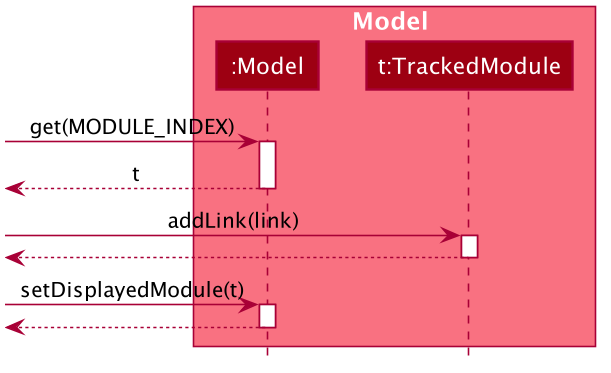
Before: docs/images/AddLinkCommandSequenceDiagramExtension.png, a diagram exported from PlantUML (nus-cs2103-AY1920S1/addressbook-level3). Its diagram source:
```plantuml
@startuml








skinparam BackgroundColor #FFFFFFF

skinparam Shadowing false

skinparam Class {
    FontColor #FFFFFF
    BorderThickness 1
    BorderColor #FFFFFF
    StereotypeFontColor #FFFFFF
    FontName Arial
}

skinparam Actor {
    BorderColor #000000
    Color #000000
    FontName Arial
}

skinparam Sequence {
    MessageAlign center
    BoxFontSize 15
    BoxPadding 0
    BoxFontColor #FFFFFF
    FontName Arial
}

skinparam Participant {
    FontColor #FFFFFFF
    Padding 20
}

skinparam MinClassWidth 50
skinparam ParticipantPadding 10
skinparam Shadowing false
skinparam DefaultTextAlignment center
skinparam packageStyle Rectangle

hide footbox
hide members
hide circle

box Model #F97181
participant ":Model" as Model #9D0012
participant "t:TrackedModule" as TrackedModule #9D0012
end box

[-> Model : get(MODULE_INDEX)
activate Model

[<-- Model : t
deactivate Model

[-> TrackedModule : addLink(link)
activate TrackedModule

[<-- TrackedModule
deactivate TrackedModule

[-> Model : setDisplayedModule(t)
activate Model

[<--Model
deactivate Model

@enduml
```
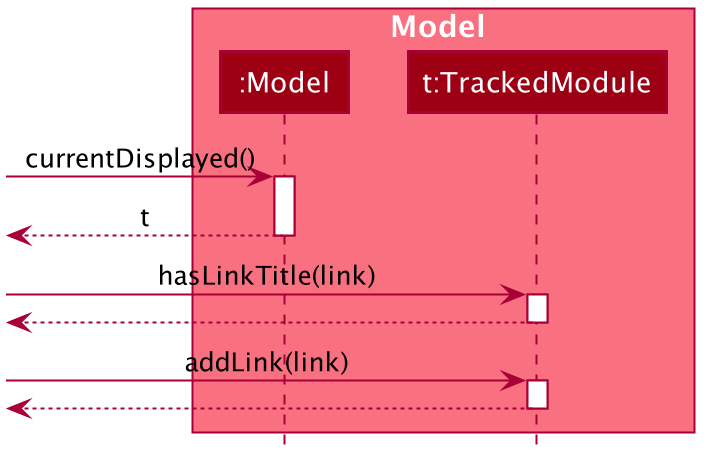
Later version of the same file.

Change to the diagram source:
```diff
@@ -12,6 +12,8 @@
 skinparam Shadowing false
 
 skinparam Class {
+    AttributeFontColor #FFFFFF
+    AttributeFontName Arial
     FontColor #FFFFFF
     BorderThickness 1
     BorderColor #FFFFFF
@@ -53,22 +55,23 @@
 participant "t:TrackedModule" as TrackedModule #9D0012
 end box
 
-[-> Model : get(MODULE_INDEX)
+[-> Model : currentDisplayed()
 activate Model
 
 [<-- Model : t
 deactivate Model
 
+[-> TrackedModule: hasLinkTitle(link)
+activate TrackedModule
+
+[<-- TrackedModule:
+deactivate TrackedModule
+
 [-> TrackedModule : addLink(link)
 activate TrackedModule
+
 
 [<-- TrackedModule
 deactivate TrackedModule
 
-[-> Model : setDisplayedModule(t)
-activate Model
-
-[<--Model
-deactivate Model
-
 @enduml
```
